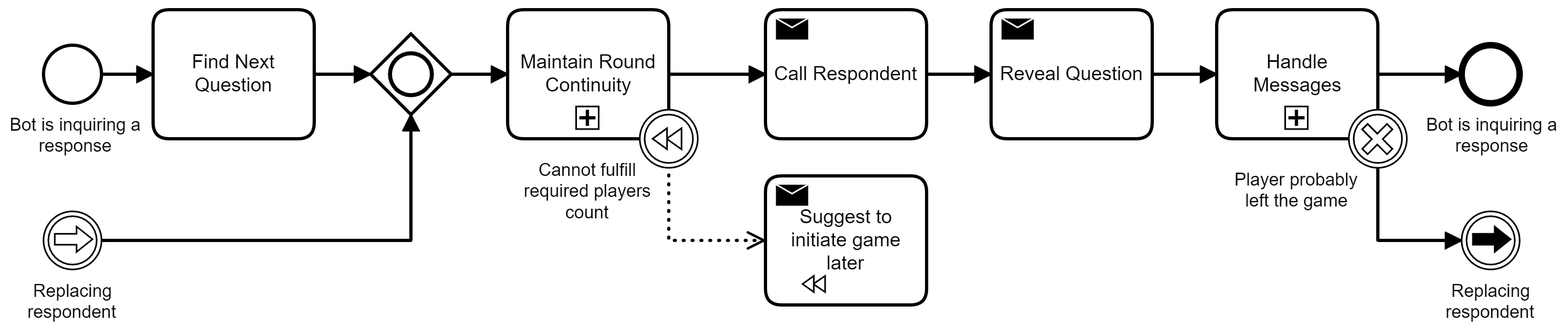
Before: Processes/Question Players.png, a diagram exported from BPMN (nonstorio/nosenstory-design). Its source is kept beside it as Processes/Question Players.bpmn. Ids are renumbered.
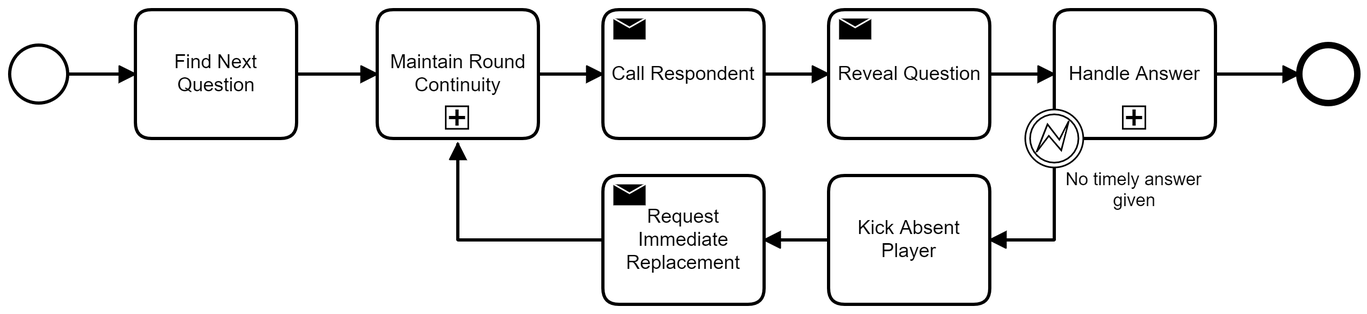
Above is the later version.

Change to the diagram source:
```diff
@@ -1,10 +1,11 @@
 <bpmn:definitions xmlns:bpmn="http://www.omg.org/spec/BPMN/20100524/MODEL" xmlns:bpmndi="http://www.omg.org/spec/BPMN/20100524/DI" xmlns:dc="http://www.omg.org/spec/DD/20100524/DC" xmlns:di="http://www.omg.org/spec/DD/20100524/DI" id="Definitions_n1" targetNamespace="http://bpmn.io/schema/bpmn" exporter="Camunda Modeler" exporterVersion="3.7.0">
   <bpmn:process id="Process_n2" name="Question Players" isExecutable="true">
-    <bpmn:startEvent id="StartEvent_1" name="Bot is inquiring a response">
+    <bpmn:startEvent id="StartEvent_1">
       <bpmn:outgoing>Flow_n3</bpmn:outgoing>
     </bpmn:startEvent>
     <bpmn:subProcess id="Activity_n4" name="Maintain Round Continuity">
-      <bpmn:incoming>Flow_n5</bpmn:incoming>
+      <bpmn:incoming>Flow_n23</bpmn:incoming>
+      <bpmn:incoming>Flow_n29</bpmn:incoming>
       <bpmn:outgoing>Flow_n6</bpmn:outgoing>
     </bpmn:subProcess>
     <bpmn:sequenceFlow id="Flow_n3" sourceRef="StartEvent_1" targetRef="Activity_n7" />
@@ -19,44 +20,34 @@
       <bpmn:outgoing>Flow_n10</bpmn:outgoing>
     </bpmn:sendTask>
     <bpmn:sequenceFlow id="Flow_n11" sourceRef="Activity_n9" targetRef="Activity_n12" />
-    <bpmn:subProcess id="Activity_n12" name="Handle Messages">
+    <bpmn:subProcess id="Activity_n12" name="Handle Answer">
       <bpmn:incoming>Flow_n11</bpmn:incoming>
       <bpmn:outgoing>Flow_n13</bpmn:outgoing>
     </bpmn:subProcess>
-    <bpmn:boundaryEvent id="Event_n14" name="Cannot fulfill required players count" attachedToRef="Activity_n4">
-      <bpmn:compensateEventDefinition id="CompensateEventDefinition_n15" />
-    </bpmn:boundaryEvent>
-    <bpmn:sendTask id="Activity_n16" name="Suggest to initiate game later" isForCompensation="true" />
-    <bpmn:endEvent id="Event_n17" name="Bot is inquiring a response">
+    <bpmn:endEvent id="Event_n17">
       <bpmn:incoming>Flow_n13</bpmn:incoming>
     </bpmn:endEvent>
     <bpmn:sequenceFlow id="Flow_n13" sourceRef="Activity_n12" targetRef="Event_n17" />
-    <bpmn:boundaryEvent id="Event_n18" name="Player probably left the game" attachedToRef="Activity_n12">
-      <bpmn:outgoing>Flow_n19</bpmn:outgoing>
-      <bpmn:cancelEventDefinition id="CancelEventDefinition_n20" />
-    </bpmn:boundaryEvent>
-    <bpmn:sequenceFlow id="Flow_n19" sourceRef="Event_n18" targetRef="Event_n21" />
-    <bpmn:intermediateThrowEvent id="Event_n21" name="Replacing respondent">
-      <bpmn:incoming>Flow_n19</bpmn:incoming>
-      <bpmn:linkEventDefinition id="LinkEventDefinition_n22" />
-    </bpmn:intermediateThrowEvent>
     <bpmn:task id="Activity_n7" name="Find Next Question">
       <bpmn:incoming>Flow_n3</bpmn:incoming>
       <bpmn:outgoing>Flow_n23</bpmn:outgoing>
     </bpmn:task>
-    <bpmn:sequenceFlow id="Flow_n23" sourceRef="Activity_n7" targetRef="Gateway_n24" />
-    <bpmn:intermediateCatchEvent id="Event_n25" name="Replacing respondent">
-      <bpmn:outgoing>Flow_n26</bpmn:outgoing>
-      <bpmn:linkEventDefinition id="LinkEventDefinition_n27" />
-    </bpmn:intermediateCatchEvent>
-    <bpmn:sequenceFlow id="Flow_n5" sourceRef="Gateway_n24" targetRef="Activity_n4" />
-    <bpmn:sequenceFlow id="Flow_n26" sourceRef="Event_n25" targetRef="Gateway_n24" />
-    <bpmn:inclusiveGateway id="Gateway_n24">
-      <bpmn:incoming>Flow_n23</bpmn:incoming>
-      <bpmn:incoming>Flow_n26</bpmn:incoming>
-      <bpmn:outgoing>Flow_n5</bpmn:outgoing>
-    </bpmn:inclusiveGateway>
-    <bpmn:association id="Association_n28" associationDirection="One" sourceRef="Event_n14" targetRef="Activity_n16" />
+    <bpmn:sequenceFlow id="Flow_n23" sourceRef="Activity_n7" targetRef="Activity_n4" />
+    <bpmn:sequenceFlow id="Flow_n30" sourceRef="Event_n18" targetRef="Activity_n31" />
+    <bpmn:task id="Activity_n31" name="Kick Absent Player">
+      <bpmn:incoming>Flow_n30</bpmn:incoming>
+      <bpmn:outgoing>Flow_n32</bpmn:outgoing>
+    </bpmn:task>
+    <bpmn:sequenceFlow id="Flow_n29" sourceRef="Activity_n33" targetRef="Activity_n4" />
+    <bpmn:sendTask id="Activity_n33" name="Request Immediate Replacement">
+      <bpmn:incoming>Flow_n32</bpmn:incoming>
+      <bpmn:outgoing>Flow_n29</bpmn:outgoing>
+    </bpmn:sendTask>
+    <bpmn:boundaryEvent id="Event_n18" name="No timely answer given" attachedToRef="Activity_n12">
+      <bpmn:outgoing>Flow_n30</bpmn:outgoing>
+      <bpmn:errorEventDefinition id="ErrorEventDefinition_n34" />
+    </bpmn:boundaryEvent>
+    <bpmn:sequenceFlow id="Flow_n32" sourceRef="Activity_n31" targetRef="Activity_n33" />
   </bpmn:process>
   <bpmndi:BPMNDiagram id="BPMNDiagram_1">
     <bpmndi:BPMNPlane id="BPMNPlane_1" bpmnElement="Process_n2">
@@ -67,99 +58,76 @@
         </bpmndi:BPMNLabel>
       </bpmndi:BPMNShape>
       <bpmndi:BPMNShape id="Activity_0hu6wb6_di" bpmnElement="Activity_n4">
-        <dc:Bounds x="470" y="77" width="100" height="80" />
+        <dc:Bounds x="410" y="77" width="100" height="80" />
       </bpmndi:BPMNShape>
       <bpmndi:BPMNEdge id="Flow_n3_di" bpmnElement="Flow_n3">
         <di:waypoint x="218" y="117" />
-        <di:waypoint x="250" y="117" />
+        <di:waypoint x="260" y="117" />
       </bpmndi:BPMNEdge>
       <bpmndi:BPMNEdge id="Flow_n6_di" bpmnElement="Flow_n6">
-        <di:waypoint x="570" y="117" />
-        <di:waypoint x="630" y="117" />
+        <di:waypoint x="510" y="117" />
+        <di:waypoint x="550" y="117" />
       </bpmndi:BPMNEdge>
       <bpmndi:BPMNShape id="Activity_14eslhg_di" bpmnElement="Activity_n9">
-        <dc:Bounds x="770" y="77" width="100" height="80" />
+        <dc:Bounds x="690" y="77" width="100" height="80" />
       </bpmndi:BPMNShape>
       <bpmndi:BPMNEdge id="Flow_n10_di" bpmnElement="Flow_n10">
-        <di:waypoint x="730" y="117" />
-        <di:waypoint x="770" y="117" />
+        <di:waypoint x="650" y="117" />
+        <di:waypoint x="690" y="117" />
       </bpmndi:BPMNEdge>
       <bpmndi:BPMNShape id="Activity_0qsgq6s_di" bpmnElement="Activity_n8">
-        <dc:Bounds x="630" y="77" width="100" height="80" />
+        <dc:Bounds x="550" y="77" width="100" height="80" />
       </bpmndi:BPMNShape>
       <bpmndi:BPMNEdge id="Flow_n11_di" bpmnElement="Flow_n11">
-        <di:waypoint x="870" y="117" />
-        <di:waypoint x="910" y="117" />
+        <di:waypoint x="790" y="117" />
+        <di:waypoint x="830" y="117" />
       </bpmndi:BPMNEdge>
       <bpmndi:BPMNShape id="Activity_1len6wf_di" bpmnElement="Activity_n12">
-        <dc:Bounds x="910" y="77" width="100" height="80" />
-      </bpmndi:BPMNShape>
-      <bpmndi:BPMNShape id="Event_09x8qqh_di" bpmnElement="Event_n14">
-        <dc:Bounds x="552" y="139" width="36" height="36" />
-        <bpmndi:BPMNLabel>
-          <dc:Bounds x="480" y="170" width="80" height="40" />
-        </bpmndi:BPMNLabel>
-      </bpmndi:BPMNShape>
-      <bpmndi:BPMNEdge id="Association_n28_di" bpmnElement="Association_n28">
-        <di:waypoint x="570" y="175" />
-        <di:waypoint x="570" y="220" />
-        <di:waypoint x="630" y="220" />
-      </bpmndi:BPMNEdge>
-      <bpmndi:BPMNShape id="Activity_1n70ag1_di" bpmnElement="Activity_n16">
-        <dc:Bounds x="630" y="180" width="100" height="80" />
+        <dc:Bounds x="830" y="77" width="100" height="80" />
       </bpmndi:BPMNShape>
       <bpmndi:BPMNShape id="Event_n17_di" bpmnElement="Event_n17">
-        <dc:Bounds x="1062" y="99" width="36" height="36" />
+        <dc:Bounds x="982" y="99" width="36" height="36" />
         <bpmndi:BPMNLabel>
-          <dc:Bounds x="1040" y="142" width="82" height="27" />
+          <dc:Bounds x="960" y="142" width="82" height="27" />
         </bpmndi:BPMNLabel>
       </bpmndi:BPMNShape>
       <bpmndi:BPMNEdge id="Flow_n13_di" bpmnElement="Flow_n13">
-        <di:waypoint x="1010" y="117" />
-        <di:waypoint x="1062" y="117" />
+        <di:waypoint x="930" y="117" />
+        <di:waypoint x="982" y="117" />
       </bpmndi:BPMNEdge>
-      <bpmndi:BPMNShape id="Event_0dvyh1t_di" bpmnElement="Event_n18">
-        <dc:Bounds x="992" y="139" width="36" height="36" />
+      <bpmndi:BPMNShape id="Activity_n7_di" bpmnElement="Activity_n7">
+        <dc:Bounds x="260" y="77" width="100" height="80" />
+      </bpmndi:BPMNShape>
+      <bpmndi:BPMNEdge id="Flow_n23_di" bpmnElement="Flow_n23">
+        <di:waypoint x="360" y="117" />
+        <di:waypoint x="410" y="117" />
+      </bpmndi:BPMNEdge>
+      <bpmndi:BPMNEdge id="Flow_n30_di" bpmnElement="Flow_n30">
+        <di:waypoint x="830" y="175" />
+        <di:waypoint x="830" y="220" />
+        <di:waypoint x="790" y="220" />
+      </bpmndi:BPMNEdge>
+      <bpmndi:BPMNShape id="Activity_n31_di" bpmnElement="Activity_n31">
+        <dc:Bounds x="690" y="180" width="100" height="80" />
+      </bpmndi:BPMNShape>
+      <bpmndi:BPMNEdge id="Flow_n29_di" bpmnElement="Flow_n29">
+        <di:waypoint x="550" y="220" />
+        <di:waypoint x="460" y="220" />
+        <di:waypoint x="460" y="160" />
+      </bpmndi:BPMNEdge>
+      <bpmndi:BPMNShape id="Activity_0qeymp3_di" bpmnElement="Activity_n33">
+        <dc:Bounds x="550" y="180" width="100" height="80" />
+      </bpmndi:BPMNShape>
+      <bpmndi:BPMNShape id="Event_0u15sk1_di" bpmnElement="Event_n18">
+        <dc:Bounds x="812" y="139" width="36" height="36" />
         <bpmndi:BPMNLabel>
-          <dc:Bounds x="921" y="176" width="77" height="27" />
+          <dc:Bounds x="837" y="176" width="86" height="27" />
         </bpmndi:BPMNLabel>
       </bpmndi:BPMNShape>
-      <bpmndi:BPMNEdge id="Flow_n19_di" bpmnElement="Flow_n19">
-        <di:waypoint x="1010" y="175" />
-        <di:waypoint x="1010" y="220" />
-        <di:waypoint x="1062" y="220" />
+      <bpmndi:BPMNEdge id="Flow_n32_di" bpmnElement="Flow_n32">
+        <di:waypoint x="690" y="220" />
+        <di:waypoint x="650" y="220" />
       </bpmndi:BPMNEdge>
-      <bpmndi:BPMNShape id="Event_0me52jz_di" bpmnElement="Event_n21">
-        <dc:Bounds x="1062" y="202" width="36" height="36" />
-        <bpmndi:BPMNLabel>
-          <dc:Bounds x="1052" y="245" width="56" height="27" />
-        </bpmndi:BPMNLabel>
-      </bpmndi:BPMNShape>
-      <bpmndi:BPMNShape id="Activity_n7_di" bpmnElement="Activity_n7">
-        <dc:Bounds x="250" y="77" width="100" height="80" />
-      </bpmndi:BPMNShape>
-      <bpmndi:BPMNEdge id="Flow_n23_di" bpmnElement="Flow_n23">
-        <di:waypoint x="350" y="117" />
-        <di:waypoint x="385" y="117" />
-      </bpmndi:BPMNEdge>
-      <bpmndi:BPMNShape id="Event_0g2rqsb_di" bpmnElement="Event_n25">
-        <dc:Bounds x="182" y="202" width="36" height="36" />
-        <bpmndi:BPMNLabel>
-          <dc:Bounds x="172" y="245" width="56" height="27" />
-        </bpmndi:BPMNLabel>
-      </bpmndi:BPMNShape>
-      <bpmndi:BPMNEdge id="Flow_n5_di" bpmnElement="Flow_n5">
-        <di:waypoint x="435" y="117" />
-        <di:waypoint x="470" y="117" />
-      </bpmndi:BPMNEdge>
-      <bpmndi:BPMNEdge id="Flow_n26_di" bpmnElement="Flow_n26">
-        <di:waypoint x="218" y="220" />
-        <di:waypoint x="410" y="220" />
-        <di:waypoint x="410" y="142" />
-      </bpmndi:BPMNEdge>
-      <bpmndi:BPMNShape id="Gateway_08od9ku_di" bpmnElement="Gateway_n24">
-        <dc:Bounds x="385" y="92" width="50" height="50" />
-      </bpmndi:BPMNShape>
     </bpmndi:BPMNPlane>
   </bpmndi:BPMNDiagram>
 </bpmn:definitions>
```
